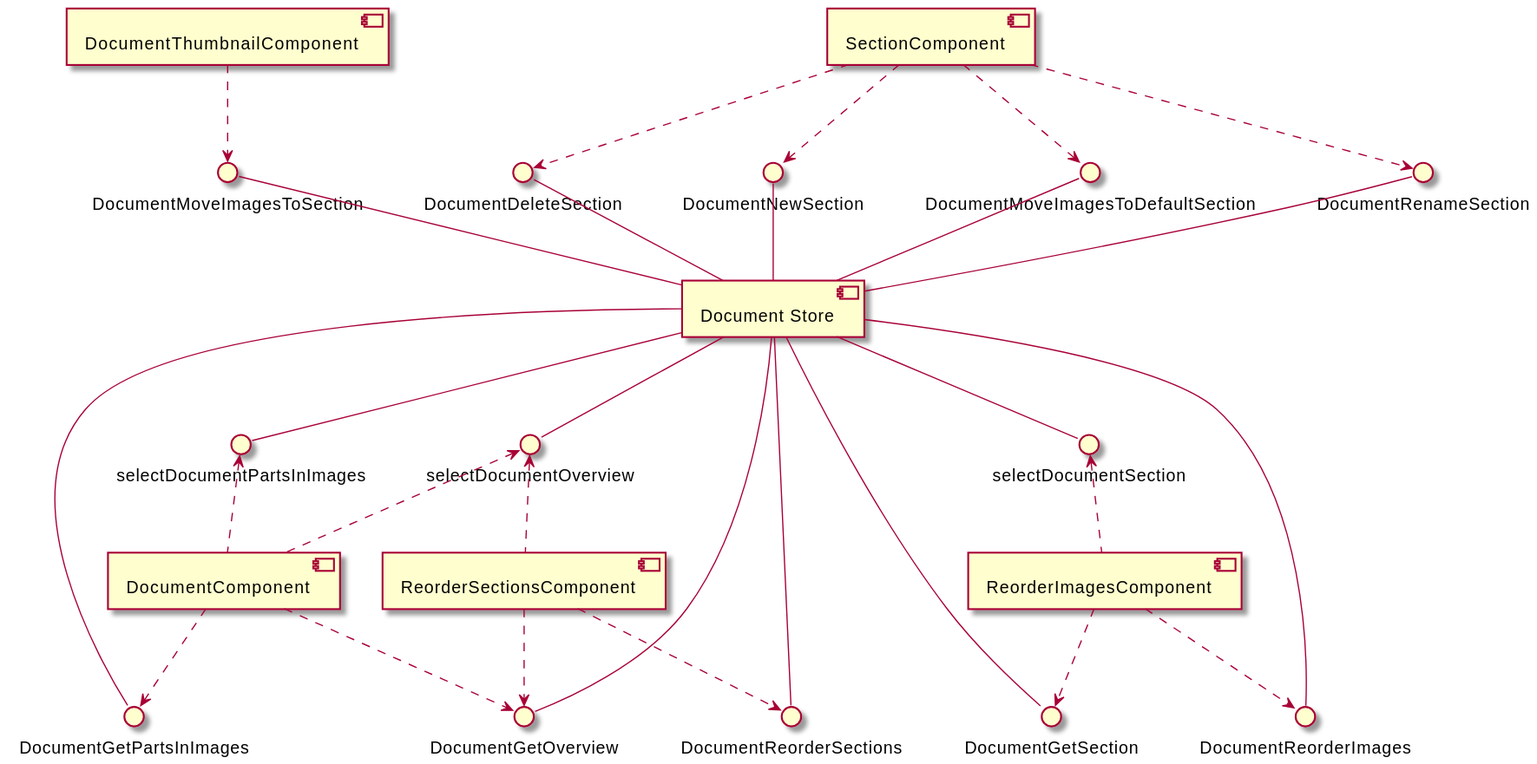
The PlantUML diagram documentation/out/puml/angular/document_store_component.svg in HISPAMUS/muret, before a commit.
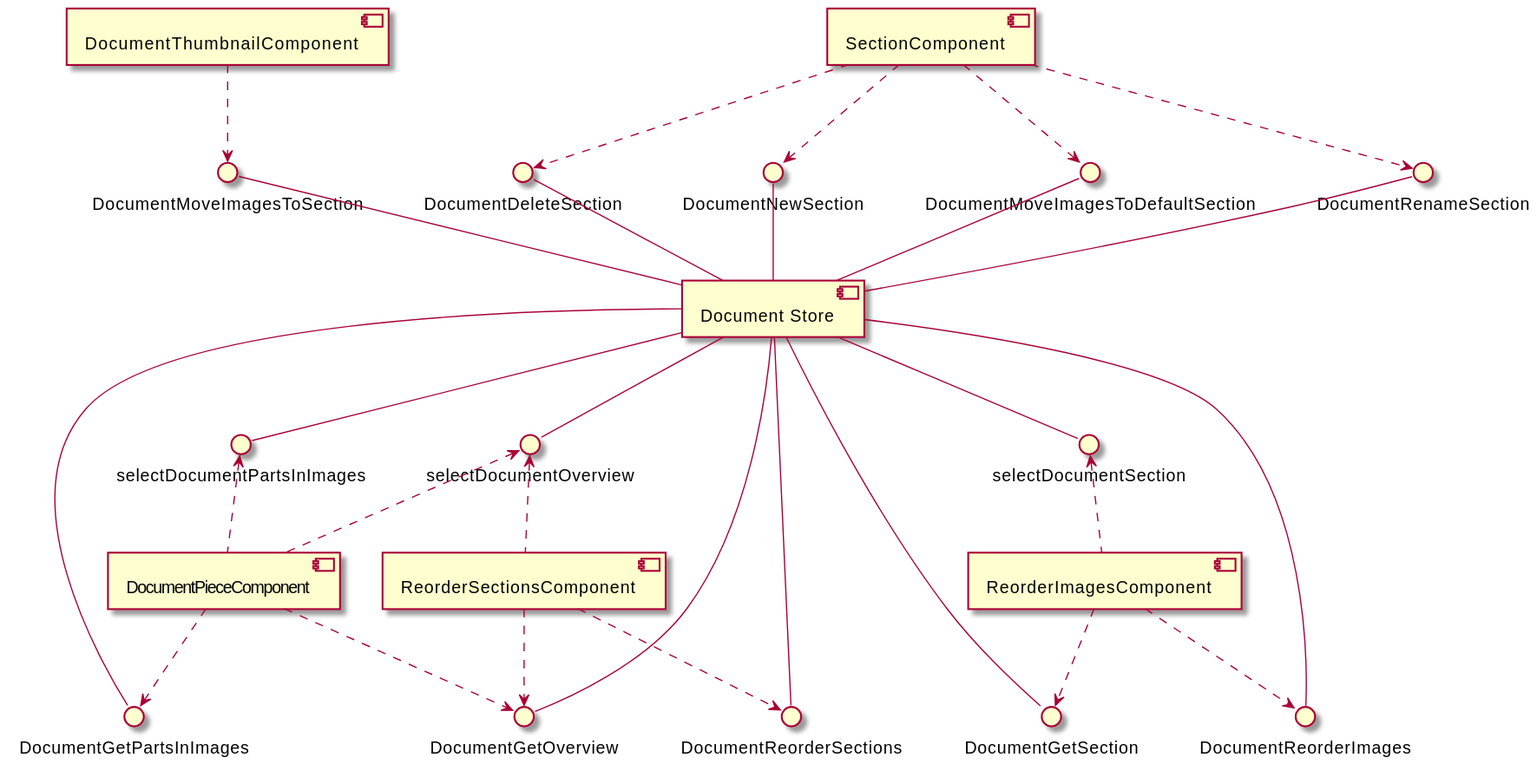
Above is the later version.

The edit, as a diff of the source:
```diff
@@ -17,7 +17,7 @@
     [Document Store] -- selectDocumentPartsInImages
 
 
-    [DocumentComponent] ..> DocumentGetOverview
+    [DocumentPieceComponent] ..> DocumentGetOverview
     [ReorderSectionsComponent] ..> DocumentGetOverview
     [DocumentThumbnailComponent] ..> DocumentMoveImagesToSection
     [SectionComponent] ..> DocumentNewSection
@@ -26,11 +26,11 @@
     [ReorderSectionsComponent] ..> DocumentReorderSections
     [ReorderImagesComponent] ..> DocumentGetSection
     [ReorderImagesComponent] ..> DocumentReorderImages
-    [DocumentComponent] ..> DocumentGetPartsInImages
+    [DocumentPieceComponent] ..> DocumentGetPartsInImages
     [SectionComponent] ..> DocumentMoveImagesToDefaultSection
 
-    selectDocumentOverview <.. [DocumentComponent]
+    selectDocumentOverview <.. [DocumentPieceComponent]
     selectDocumentOverview <.. [ReorderSectionsComponent]
     selectDocumentSection <.. [ReorderImagesComponent]
-    selectDocumentPartsInImages <.. [DocumentComponent]
+    selectDocumentPartsInImages <.. [DocumentPieceComponent]
 @enduml
```
